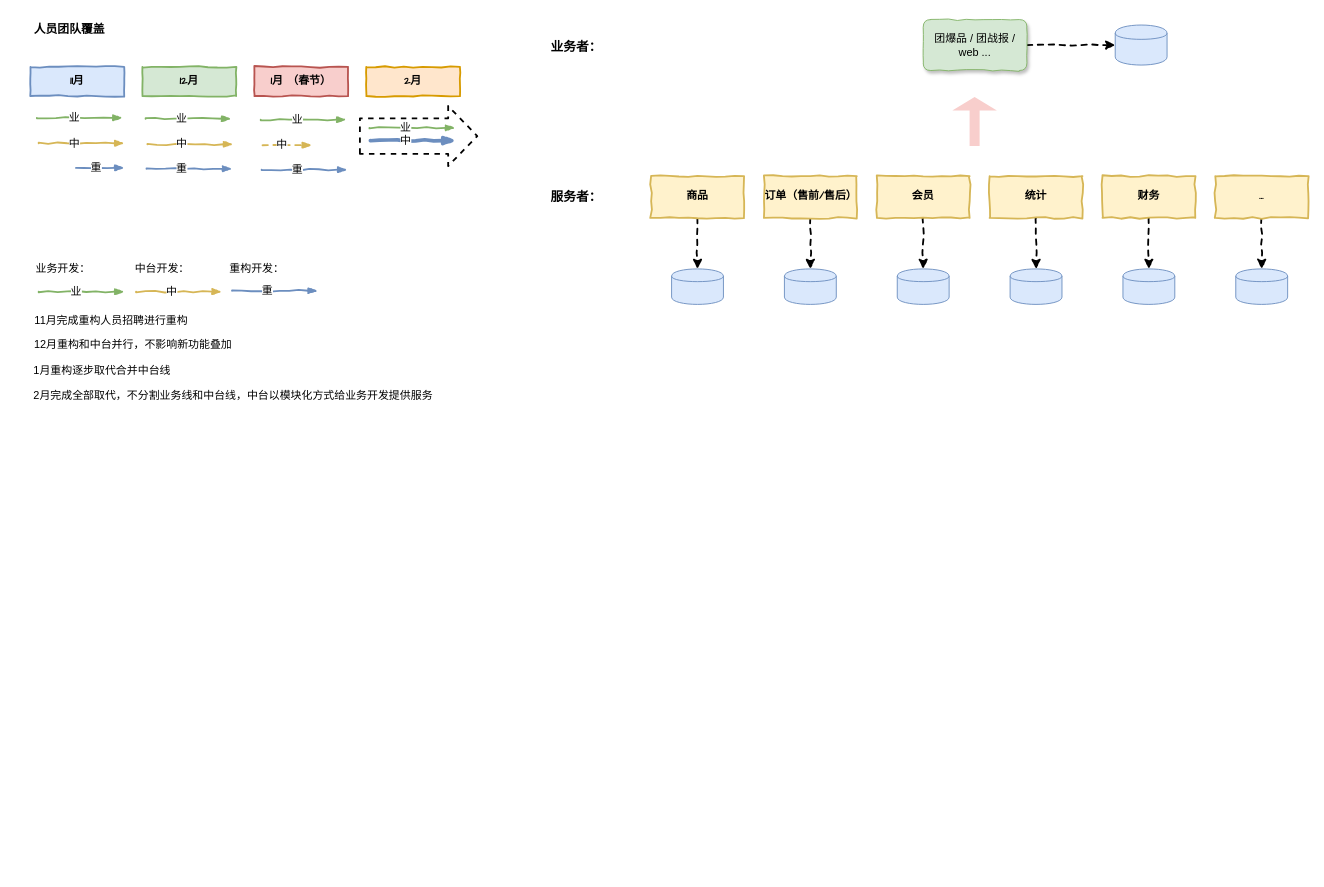
Above: 推圈.drawio in chenyz/EGOTableViewPullRefresh (draw.io), before the change. Source tidied: cells renumbered, new cells numbered last; positions are measured from the earlier drawing's top-left corner, leaving out a move shared by most shapes. Both pictures are drawn from the tidied source at 91%, with x=0, y=0 at pixel (15, 19).
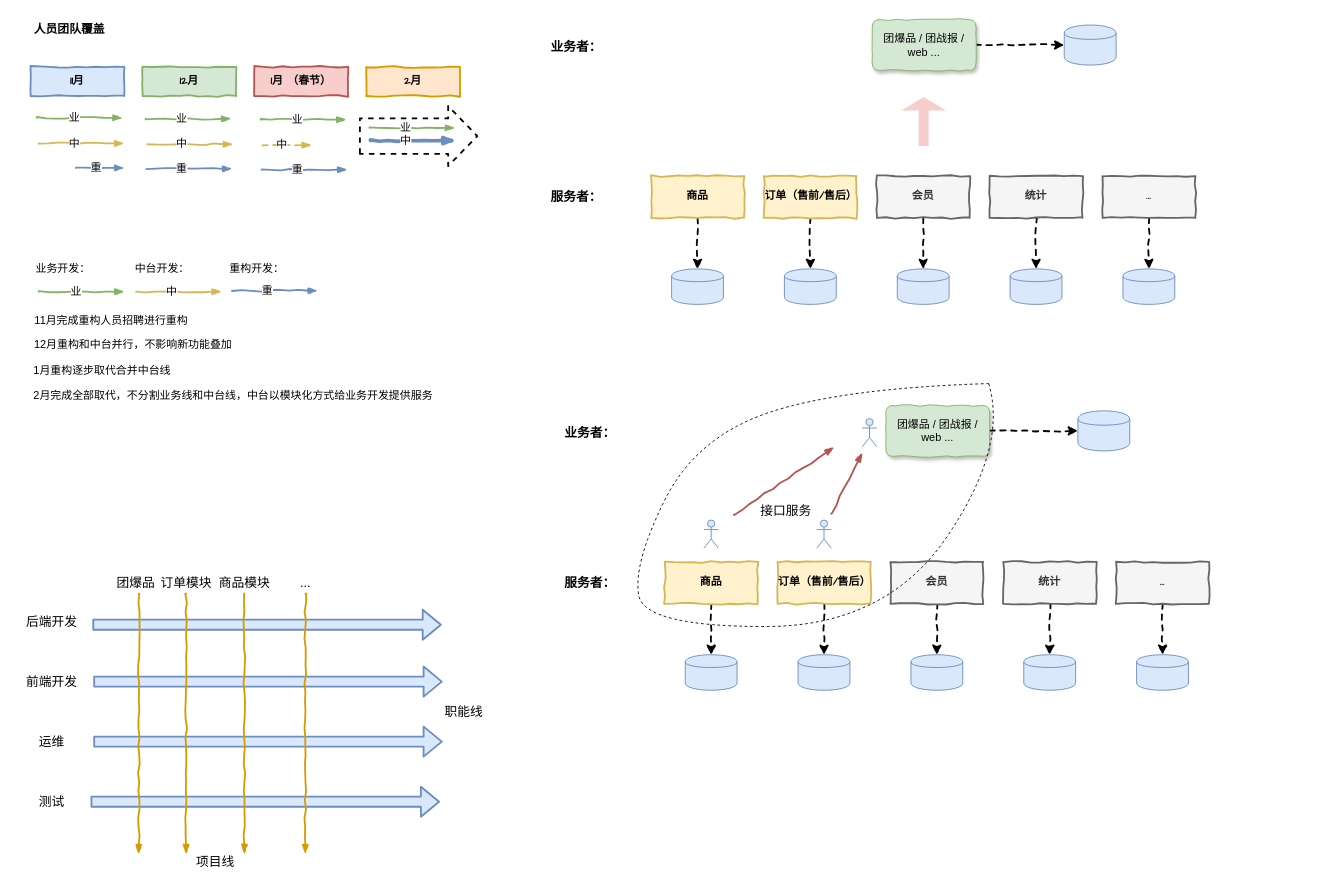
After the change.

Change to the diagram source:
```diff
@@
     <mxCell id="43" value="团爆品 / 团战报 / web ..." style="rounded=1;whiteSpace=wrap;html=1;shadow=1;comic=1;fillColor=#d5e8d4;strokeColor=#82b366;align=center;" parent="1" vertex="1">
-      <mxGeometry x="997" width="114" height="56" as="geometry" />
+      <mxGeometry x="941" width="114" height="56" as="geometry" />
     </mxCell>
@@
-    <mxCell id="49" value="会员" style="html=1;whiteSpace=wrap;comic=1;strokeWidth=2;fontFamily=Comic Sans MS;fontStyle=1;align=center;fillColor=#fff2cc;strokeColor=#d6b656;" parent="1" vertex="1">
+    <mxCell id="49" value="会员" style="html=1;whiteSpace=wrap;comic=1;strokeWidth=2;fontFamily=Comic Sans MS;fontStyle=1;align=center;fillColor=#f5f5f5;strokeColor=#666666;fontColor=#333333;" parent="1" vertex="1">
       <mxGeometry x="946" y="172" width="102" height="46" as="geometry" />
     </mxCell>
@@
-    <mxCell id="51" value="统计" style="html=1;whiteSpace=wrap;comic=1;strokeWidth=2;fontFamily=Comic Sans MS;fontStyle=1;align=center;fillColor=#fff2cc;strokeColor=#d6b656;" parent="1" vertex="1">
+    <mxCell id="51" value="统计" style="html=1;whiteSpace=wrap;comic=1;strokeWidth=2;fontFamily=Comic Sans MS;fontStyle=1;align=center;fillColor=#f5f5f5;strokeColor=#666666;fontColor=#333333;" parent="1" vertex="1">
       <mxGeometry x="1070" y="172" width="102" height="46" as="geometry" />
     </mxCell>
@@
-    <mxCell id="53" value="财务" style="html=1;whiteSpace=wrap;comic=1;strokeWidth=2;fontFamily=Comic Sans MS;fontStyle=1;align=center;fillColor=#fff2cc;strokeColor=#d6b656;" parent="1" vertex="1">
+    <mxCell id="53" value="..." style="html=1;whiteSpace=wrap;comic=1;strokeWidth=2;fontFamily=Comic Sans MS;fontStyle=1;align=center;fillColor=#f5f5f5;strokeColor=#666666;fontColor=#333333;" parent="1" vertex="1">
       <mxGeometry x="1194" y="172" width="102" height="46" as="geometry" />
     </mxCell>
-    <mxCell id="54" style="edgeStyle=orthogonalEdgeStyle;rounded=0;comic=1;jettySize=auto;html=1;exitX=0.5;exitY=1;exitDx=0;exitDy=0;entryX=0.5;entryY=0;entryDx=0;entryDy=0;dashed=1;strokeWidth=2;align=center;" parent="1" edge="1" source="55" target="61">
-      <mxGeometry relative="1" as="geometry" />
-    </mxCell>
-    <mxCell id="55" value="..." style="html=1;whiteSpace=wrap;comic=1;strokeWidth=2;fontFamily=Comic Sans MS;fontStyle=1;align=center;fillColor=#fff2cc;strokeColor=#d6b656;" parent="1" vertex="1">
-      <mxGeometry x="1318" y="172" width="102" height="46" as="geometry" />
-    </mxCell>
@@
-    <mxCell id="61" style="shape=cylinder;whiteSpace=wrap;html=1;boundedLbl=1;backgroundOutline=1;align=center;fillColor=#dae8fc;strokeColor=#6c8ebf;" parent="1" vertex="1">
-      <mxGeometry x="1340.5" y="274" width="57" height="39" as="geometry" />
-    </mxCell>
     <mxCell id="62" style="shape=cylinder;whiteSpace=wrap;html=1;boundedLbl=1;backgroundOutline=1;align=center;fillColor=#dae8fc;strokeColor=#6c8ebf;" parent="1" vertex="1">
-      <mxGeometry x="1208" y="6" width="57" height="44" as="geometry" />
+      <mxGeometry x="1152" y="6" width="57" height="44" as="geometry" />
     </mxCell>
     <mxCell id="63" style="shape=flexArrow;endArrow=classic;html=1;dashed=1;strokeWidth=2;align=center;endWidth=36;endSize=4.33;fillColor=#f8cecc;strokeColor=none;" parent="1" edge="1">
       <mxGeometry relative="1" as="geometry">
-        <mxPoint x="1053.5" y="140" as="sourcePoint" />
-        <mxPoint x="1053.5" y="84" as="targetPoint" />
+        <mxPoint x="997.5" y="140" as="sourcePoint" />
+        <mxPoint x="997.5" y="84" as="targetPoint" />
       </mxGeometry>
     </mxCell>
@@
+    <mxCell id="67" style="edgeStyle=orthogonalEdgeStyle;rounded=0;comic=1;jettySize=auto;html=1;exitX=1;exitY=0.5;exitDx=0;exitDy=0;entryX=0;entryY=0.5;entryDx=0;entryDy=0;dashed=1;strokeWidth=2;align=center;" parent="1" edge="1" source="68" target="84">
+      <mxGeometry relative="1" as="geometry" />
+    </mxCell>
+    <mxCell id="68" value="团爆品 / 团战报 / web ..." style="rounded=1;whiteSpace=wrap;html=1;shadow=1;comic=1;fillColor=#d5e8d4;strokeColor=#82b366;align=center;" parent="1" vertex="1">
+      <mxGeometry x="956" y="424" width="114" height="56" as="geometry" />
+    </mxCell>
+    <mxCell id="69" style="edgeStyle=orthogonalEdgeStyle;rounded=0;jettySize=auto;html=1;exitX=0.5;exitY=1;exitDx=0;exitDy=0;entryX=0.5;entryY=0;entryDx=0;entryDy=0;dashed=1;strokeWidth=2;align=center;comic=1;" parent="1" edge="1" source="70" target="79">
+      <mxGeometry relative="1" as="geometry" />
+    </mxCell>
+    <mxCell id="70" value="商品" style="html=1;whiteSpace=wrap;comic=1;strokeWidth=2;fontFamily=Comic Sans MS;fontStyle=1;align=center;fillColor=#fff2cc;strokeColor=#d6b656;" parent="1" vertex="1">
+      <mxGeometry x="713" y="596" width="102" height="46" as="geometry" />
+    </mxCell>
+    <mxCell id="71" style="edgeStyle=orthogonalEdgeStyle;rounded=0;comic=1;jettySize=auto;html=1;exitX=0.5;exitY=1;exitDx=0;exitDy=0;entryX=0.5;entryY=0;entryDx=0;entryDy=0;dashed=1;strokeWidth=2;align=center;" parent="1" edge="1" source="72" target="80">
+      <mxGeometry relative="1" as="geometry" />
+    </mxCell>
+    <mxCell id="72" value="订单（售前/售后）" style="html=1;whiteSpace=wrap;comic=1;strokeWidth=2;fontFamily=Comic Sans MS;fontStyle=1;align=center;fillColor=#fff2cc;strokeColor=#d6b656;" parent="1" vertex="1">
+      <mxGeometry x="837" y="596" width="102" height="46" as="geometry" />
+    </mxCell>
+    <mxCell id="73" style="edgeStyle=orthogonalEdgeStyle;rounded=0;comic=1;jettySize=auto;html=1;exitX=0.5;exitY=1;exitDx=0;exitDy=0;entryX=0.5;entryY=0;entryDx=0;entryDy=0;dashed=1;strokeWidth=2;align=center;" parent="1" edge="1" source="74" target="81">
+      <mxGeometry relative="1" as="geometry" />
+    </mxCell>
+    <mxCell id="74" value="会员" style="html=1;whiteSpace=wrap;comic=1;strokeWidth=2;fontFamily=Comic Sans MS;fontStyle=1;align=center;fillColor=#f5f5f5;strokeColor=#666666;fontColor=#333333;" parent="1" vertex="1">
+      <mxGeometry x="961" y="596" width="102" height="46" as="geometry" />
+    </mxCell>
+    <mxCell id="75" style="edgeStyle=orthogonalEdgeStyle;rounded=0;comic=1;jettySize=auto;html=1;exitX=0.5;exitY=1;exitDx=0;exitDy=0;entryX=0.5;entryY=0;entryDx=0;entryDy=0;dashed=1;strokeWidth=2;align=center;" parent="1" edge="1" source="76" target="82">
+      <mxGeometry relative="1" as="geometry" />
+    </mxCell>
+    <mxCell id="76" value="统计" style="html=1;whiteSpace=wrap;comic=1;strokeWidth=2;fontFamily=Comic Sans MS;fontStyle=1;align=center;fillColor=#f5f5f5;strokeColor=#666666;fontColor=#333333;" parent="1" vertex="1">
+      <mxGeometry x="1085" y="596" width="102" height="46" as="geometry" />
+    </mxCell>
+    <mxCell id="77" style="edgeStyle=orthogonalEdgeStyle;rounded=0;comic=1;jettySize=auto;html=1;exitX=0.5;exitY=1;exitDx=0;exitDy=0;entryX=0.5;entryY=0;entryDx=0;entryDy=0;dashed=1;strokeWidth=2;align=center;" parent="1" edge="1" source="78" target="83">
+      <mxGeometry relative="1" as="geometry" />
+    </mxCell>
+    <mxCell id="78" value="..." style="html=1;whiteSpace=wrap;comic=1;strokeWidth=2;fontFamily=Comic Sans MS;fontStyle=1;align=center;fillColor=#f5f5f5;strokeColor=#666666;fontColor=#333333;" parent="1" vertex="1">
+      <mxGeometry x="1209" y="596" width="102" height="46" as="geometry" />
+    </mxCell>
+    <mxCell id="79" style="shape=cylinder;whiteSpace=wrap;html=1;boundedLbl=1;backgroundOutline=1;align=center;fillColor=#dae8fc;strokeColor=#6c8ebf;" parent="1" vertex="1">
+      <mxGeometry x="735.5" y="698" width="57" height="39" as="geometry" />
+    </mxCell>
+    <mxCell id="80" style="shape=cylinder;whiteSpace=wrap;html=1;boundedLbl=1;backgroundOutline=1;align=center;fillColor=#dae8fc;strokeColor=#6c8ebf;" parent="1" vertex="1">
+      <mxGeometry x="859.5" y="698" width="57" height="39" as="geometry" />
+    </mxCell>
+    <mxCell id="81" style="shape=cylinder;whiteSpace=wrap;html=1;boundedLbl=1;backgroundOutline=1;align=center;fillColor=#dae8fc;strokeColor=#6c8ebf;" parent="1" vertex="1">
+      <mxGeometry x="983.5" y="698" width="57" height="39" as="geometry" />
+    </mxCell>
+    <mxCell id="82" style="shape=cylinder;whiteSpace=wrap;html=1;boundedLbl=1;backgroundOutline=1;align=center;fillColor=#dae8fc;strokeColor=#6c8ebf;" parent="1" vertex="1">
+      <mxGeometry x="1107.5" y="698" width="57" height="39" as="geometry" />
+    </mxCell>
+    <mxCell id="83" style="shape=cylinder;whiteSpace=wrap;html=1;boundedLbl=1;backgroundOutline=1;align=center;fillColor=#dae8fc;strokeColor=#6c8ebf;" parent="1" vertex="1">
+      <mxGeometry x="1231.5" y="698" width="57" height="39" as="geometry" />
+    </mxCell>
+    <mxCell id="84" style="shape=cylinder;whiteSpace=wrap;html=1;boundedLbl=1;backgroundOutline=1;align=center;fillColor=#dae8fc;strokeColor=#6c8ebf;" parent="1" vertex="1">
+      <mxGeometry x="1167" y="430" width="57" height="44" as="geometry" />
+    </mxCell>
+    <mxCell id="85" value="服务者：" style="text;html=1;strokeColor=none;fillColor=none;align=center;verticalAlign=middle;whiteSpace=wrap;rounded=0;fontSize=14;fontStyle=1;" parent="1" vertex="1">
+      <mxGeometry x="600" y="609" width="62" height="20" as="geometry" />
+    </mxCell>
+    <mxCell id="86" value="业务者：" style="text;html=1;strokeColor=none;fillColor=none;align=center;verticalAlign=middle;whiteSpace=wrap;rounded=0;fontSize=14;fontStyle=1;" parent="1" vertex="1">
+      <mxGeometry x="600" y="444" width="62" height="20" as="geometry" />
+    </mxCell>
+    <mxCell id="87" value="后端开发" style="text;html=1;strokeColor=none;fillColor=none;align=center;verticalAlign=middle;whiteSpace=wrap;rounded=0;fontSize=14;" parent="1" vertex="1">
+      <mxGeometry x="9" y="652" width="61" height="20" as="geometry" />
+    </mxCell>
+    <mxCell id="88" value="前端开发" style="text;html=1;strokeColor=none;fillColor=none;align=center;verticalAlign=middle;whiteSpace=wrap;rounded=0;fontSize=14;" parent="1" vertex="1">
+      <mxGeometry x="9" y="718" width="61" height="20" as="geometry" />
+    </mxCell>
+    <mxCell id="89" value="运维" style="text;html=1;strokeColor=none;fillColor=none;align=center;verticalAlign=middle;whiteSpace=wrap;rounded=0;fontSize=14;" parent="1" vertex="1">
+      <mxGeometry x="9" y="784" width="61" height="20" as="geometry" />
+    </mxCell>
+    <mxCell id="90" value="测试" style="text;html=1;strokeColor=none;fillColor=none;align=center;verticalAlign=middle;whiteSpace=wrap;rounded=0;fontSize=14;" parent="1" vertex="1">
+      <mxGeometry x="9" y="850" width="61" height="20" as="geometry" />
+    </mxCell>
+    <mxCell id="91" style="shape=flexArrow;endArrow=classic;html=1;strokeWidth=2;fontSize=14;align=left;fillColor=#dae8fc;strokeColor=#6c8ebf;" parent="1" edge="1">
+      <mxGeometry relative="1" as="geometry">
+        <mxPoint x="84" y="665" as="sourcePoint" />
+        <mxPoint x="468" y="665" as="targetPoint" />
+      </mxGeometry>
+    </mxCell>
+    <mxCell id="92" style="shape=flexArrow;endArrow=classic;html=1;strokeWidth=2;fontSize=14;align=left;fillColor=#dae8fc;strokeColor=#6c8ebf;" parent="1" edge="1">
+      <mxGeometry relative="1" as="geometry">
+        <mxPoint x="85" y="727.5" as="sourcePoint" />
+        <mxPoint x="469" y="727.5" as="targetPoint" />
+      </mxGeometry>
+    </mxCell>
+    <mxCell id="93" style="shape=flexArrow;endArrow=classic;html=1;strokeWidth=2;fontSize=14;align=left;fillColor=#dae8fc;strokeColor=#6c8ebf;" parent="1" edge="1">
+      <mxGeometry relative="1" as="geometry">
+        <mxPoint x="85" y="793.5" as="sourcePoint" />
+        <mxPoint x="469" y="793.5" as="targetPoint" />
+      </mxGeometry>
+    </mxCell>
+    <mxCell id="94" style="shape=flexArrow;endArrow=classic;html=1;strokeWidth=2;fontSize=14;align=left;fillColor=#dae8fc;strokeColor=#6c8ebf;" parent="1" edge="1">
+      <mxGeometry relative="1" as="geometry">
+        <mxPoint x="82" y="859.5" as="sourcePoint" />
+        <mxPoint x="466" y="859.5" as="targetPoint" />
+      </mxGeometry>
+    </mxCell>
+    <mxCell id="95" style="rounded=0;comic=1;strokeWidth=2;endArrow=blockThin;html=1;fontFamily=Comic Sans MS;fontStyle=1;align=left;fillColor=#ffe6cc;strokeColor=#d79b00;" parent="1" edge="1">
+      <mxGeometry relative="1" as="geometry">
+        <mxPoint x="135" y="631" as="sourcePoint" />
+        <mxPoint x="135" y="917" as="targetPoint" />
+      </mxGeometry>
+    </mxCell>
+    <mxCell id="96" value="团爆品" style="text;html=1;strokeColor=none;fillColor=none;align=center;verticalAlign=middle;whiteSpace=wrap;rounded=0;fontSize=14;" parent="1" vertex="1">
+      <mxGeometry x="109" y="609" width="46" height="20" as="geometry" />
+    </mxCell>
+    <mxCell id="97" style="rounded=0;comic=1;strokeWidth=2;endArrow=blockThin;html=1;fontFamily=Comic Sans MS;fontStyle=1;align=left;fillColor=#ffe6cc;strokeColor=#d79b00;" parent="1" edge="1">
+      <mxGeometry relative="1" as="geometry">
+        <mxPoint x="187" y="631" as="sourcePoint" />
+        <mxPoint x="187" y="917" as="targetPoint" />
+      </mxGeometry>
+    </mxCell>
+    <mxCell id="98" value="订单模块" style="text;html=1;strokeColor=none;fillColor=none;align=center;verticalAlign=middle;whiteSpace=wrap;rounded=0;fontSize=14;" parent="1" vertex="1">
+      <mxGeometry x="154" y="609" width="67" height="20" as="geometry" />
+    </mxCell>
+    <mxCell id="99" style="rounded=0;comic=1;strokeWidth=2;endArrow=blockThin;html=1;fontFamily=Comic Sans MS;fontStyle=1;align=left;fillColor=#ffe6cc;strokeColor=#d79b00;" parent="1" edge="1">
+      <mxGeometry relative="1" as="geometry">
+        <mxPoint x="251" y="631" as="sourcePoint" />
+        <mxPoint x="251" y="917" as="targetPoint" />
+      </mxGeometry>
+    </mxCell>
+    <mxCell id="100" value="商品模块" style="text;html=1;strokeColor=none;fillColor=none;align=center;verticalAlign=middle;whiteSpace=wrap;rounded=0;fontSize=14;" parent="1" vertex="1">
+      <mxGeometry x="218" y="609" width="67" height="20" as="geometry" />
+    </mxCell>
+    <mxCell id="101" style="rounded=0;comic=1;strokeWidth=2;endArrow=blockThin;html=1;fontFamily=Comic Sans MS;fontStyle=1;align=left;fillColor=#ffe6cc;strokeColor=#d79b00;" parent="1" edge="1">
+      <mxGeometry relative="1" as="geometry">
+        <mxPoint x="318" y="631" as="sourcePoint" />
+        <mxPoint x="318" y="917" as="targetPoint" />
+      </mxGeometry>
+    </mxCell>
+    <mxCell id="102" value="..." style="text;html=1;strokeColor=none;fillColor=none;align=center;verticalAlign=middle;whiteSpace=wrap;rounded=0;fontSize=14;" parent="1" vertex="1">
+      <mxGeometry x="285" y="609" width="67" height="20" as="geometry" />
+    </mxCell>
+    <mxCell id="103" value="职能线" style="text;html=1;strokeColor=none;fillColor=none;align=center;verticalAlign=middle;whiteSpace=wrap;rounded=0;fontSize=14;" parent="1" vertex="1">
+      <mxGeometry x="468" y="751" width="49" height="20" as="geometry" />
+    </mxCell>
+    <mxCell id="104" value="项目线" style="text;html=1;strokeColor=none;fillColor=none;align=center;verticalAlign=middle;whiteSpace=wrap;rounded=0;fontSize=14;" parent="1" vertex="1">
+      <mxGeometry x="194" y="916" width="51" height="20" as="geometry" />
+    </mxCell>
+    <mxCell id="105" style="shape=umlActor;verticalLabelPosition=bottom;labelBackgroundColor=#ffffff;verticalAlign=top;html=1;fontSize=14;align=center;fillColor=#dae8fc;strokeColor=#6c8ebf;" parent="1" vertex="1">
+      <mxGeometry x="756" y="550" width="16" height="31" as="geometry" />
+    </mxCell>
+    <mxCell id="106" style="shape=umlActor;verticalLabelPosition=bottom;labelBackgroundColor=#ffffff;verticalAlign=top;html=1;fontSize=14;align=center;fillColor=#dae8fc;strokeColor=#6c8ebf;" parent="1" vertex="1">
+      <mxGeometry x="880" y="550" width="16" height="31" as="geometry" />
+    </mxCell>
+    <mxCell id="107" style="shape=umlActor;verticalLabelPosition=bottom;labelBackgroundColor=#ffffff;verticalAlign=top;html=1;fontSize=14;align=center;fillColor=#dae8fc;strokeColor=#6c8ebf;" parent="1" vertex="1">
+      <mxGeometry x="930" y="438.5" width="16" height="31" as="geometry" />
+    </mxCell>
+    <mxCell id="108" style="curved=1;endArrow=none;html=1;strokeWidth=1;fontSize=14;align=left;endFill=0;dashed=1;" parent="1" edge="1">
+      <mxGeometry relative="1" as="geometry">
+        <mxPoint x="1069" y="400" as="sourcePoint" />
+        <mxPoint x="1069" y="400" as="targetPoint" />
+        <Array as="points">
+          <mxPoint x="1090" y="470" />
+          <mxPoint x="956" y="667" />
+          <mxPoint x="691" y="667" />
+          <mxPoint x="678" y="599" />
+          <mxPoint x="747" y="459" />
+          <mxPoint x="907" y="405" />
+        </Array>
+      </mxGeometry>
+    </mxCell>
+    <mxCell id="109" style="rounded=0;comic=1;strokeWidth=2;endArrow=blockThin;html=1;fontFamily=Comic Sans MS;fontStyle=1;align=left;fillColor=#f8cecc;strokeColor=#b85450;" parent="1" edge="1">
+      <mxGeometry relative="1" as="geometry">
+        <mxPoint x="789" y="544" as="sourcePoint" />
+        <mxPoint x="899" y="470" as="targetPoint" />
+      </mxGeometry>
+    </mxCell>
+    <mxCell id="110" style="rounded=0;comic=1;strokeWidth=2;endArrow=blockThin;html=1;fontFamily=Comic Sans MS;fontStyle=1;align=left;fillColor=#f8cecc;strokeColor=#b85450;" parent="1" edge="1">
+      <mxGeometry relative="1" as="geometry">
+        <mxPoint x="896" y="543" as="sourcePoint" />
+        <mxPoint x="930" y="476" as="targetPoint" />
+      </mxGeometry>
+    </mxCell>
+    <mxCell id="111" value="接口服务" style="text;html=1;strokeColor=none;fillColor=none;align=center;verticalAlign=middle;whiteSpace=wrap;rounded=0;fontSize=14;" parent="1" vertex="1">
+      <mxGeometry x="817" y="530" width="59" height="20" as="geometry" />
+    </mxCell>
```
